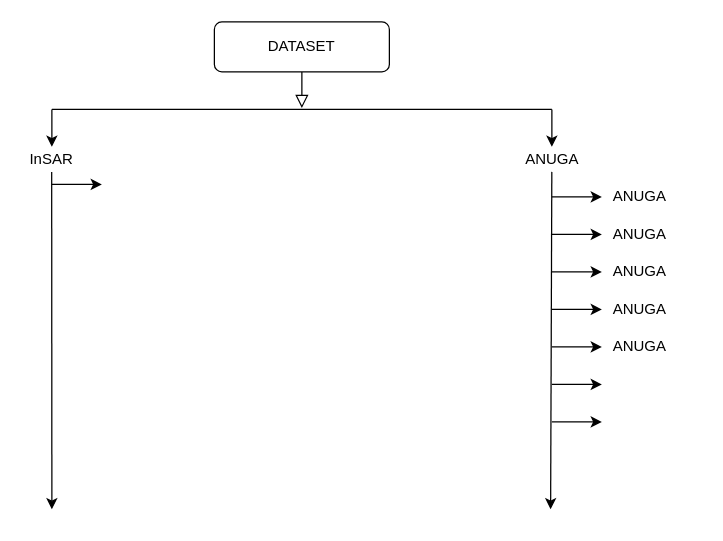
Earlier version of the draw.io diagram page "Page-2" (2 of 2) of docs/Untitled Diagram.drawio (durerimon/anuga_core). Source tidied: cells renumbered, new cells numbered last; positions are measured from the earlier drawing's top-left corner, leaving out a move shared by most shapes. Both pictures are drawn from the tidied source at 125%, with x=0, y=0 at pixel (21, 21).
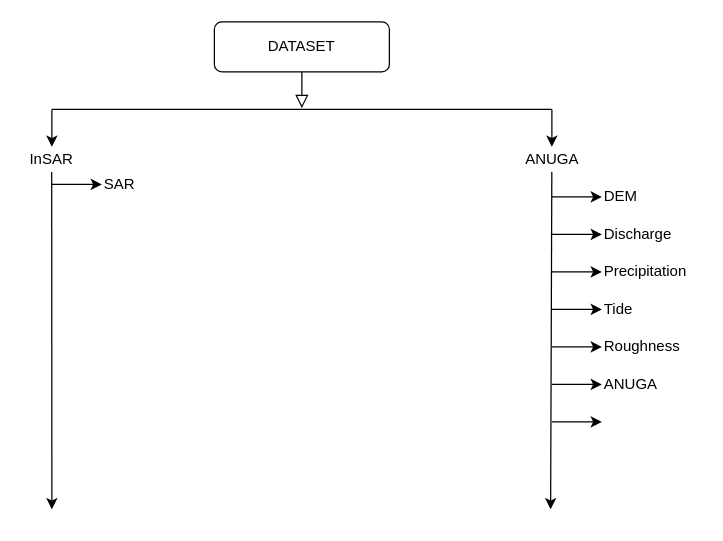
After the change.

The edit, as a diff of the source:
```diff
@@
-    <mxCell id="19" value="ANUGA" style="text;html=1;align=center;verticalAlign=middle;fillColor=none;strokeColor=none;rounded=0;" parent="1" vertex="1">
-      <mxGeometry x="464" y="130" width="60" height="20" as="geometry" />
+    <mxCell id="19" value="DEM" style="text;html=1;align=left;verticalAlign=middle;fillColor=none;strokeColor=none;rounded=0;" parent="1" vertex="1">
+      <mxGeometry x="464" y="130" width="40" height="20" as="geometry" />
     </mxCell>
-    <mxCell id="20" value="ANUGA" style="text;html=1;align=center;verticalAlign=middle;fillColor=none;strokeColor=none;rounded=0;" parent="1" vertex="1">
-      <mxGeometry x="464" y="160" width="60" height="20" as="geometry" />
+    <mxCell id="20" value="Discharge" style="text;html=1;align=left;verticalAlign=middle;fillColor=none;strokeColor=none;rounded=0;" parent="1" vertex="1">
+      <mxGeometry x="464" y="160" width="70" height="20" as="geometry" />
     </mxCell>
-    <mxCell id="21" value="ANUGA" style="text;html=1;align=center;verticalAlign=middle;fillColor=none;strokeColor=none;rounded=0;" parent="1" vertex="1">
-      <mxGeometry x="464" y="190" width="60" height="20" as="geometry" />
+    <mxCell id="21" value="Precipitation" style="text;html=1;align=left;verticalAlign=middle;fillColor=none;strokeColor=none;rounded=0;" parent="1" vertex="1">
+      <mxGeometry x="464" y="190" width="80" height="20" as="geometry" />
     </mxCell>
-    <mxCell id="22" value="ANUGA" style="text;html=1;align=center;verticalAlign=middle;fillColor=none;strokeColor=none;rounded=0;" parent="1" vertex="1">
-      <mxGeometry x="464" y="250" width="60" height="20" as="geometry" />
+    <mxCell id="22" value="Roughness" style="text;html=1;align=left;verticalAlign=middle;fillColor=none;strokeColor=none;rounded=0;" parent="1" vertex="1">
+      <mxGeometry x="464" y="250" width="80" height="20" as="geometry" />
     </mxCell>
-    <mxCell id="23" value="ANUGA" style="text;html=1;align=center;verticalAlign=middle;fillColor=none;strokeColor=none;rounded=0;" parent="1" vertex="1">
-      <mxGeometry x="464" y="220" width="60" height="20" as="geometry" />
+    <mxCell id="23" value="Tide" style="text;html=1;align=left;verticalAlign=middle;fillColor=none;strokeColor=none;rounded=0;" parent="1" vertex="1">
+      <mxGeometry x="464" y="220" width="40" height="20" as="geometry" />
     </mxCell>
+    <mxCell id="24" value="ANUGA" style="text;html=1;align=left;verticalAlign=middle;fillColor=none;strokeColor=none;rounded=0;" parent="1" vertex="1">
+      <mxGeometry x="464" y="280" width="60" height="20" as="geometry" />
+    </mxCell>
+    <mxCell id="25" value="SAR" style="text;html=1;align=left;verticalAlign=middle;fillColor=none;strokeColor=none;rounded=0;" parent="1" vertex="1">
+      <mxGeometry x="64" y="120" width="40" height="20" as="geometry" />
+    </mxCell>
```
